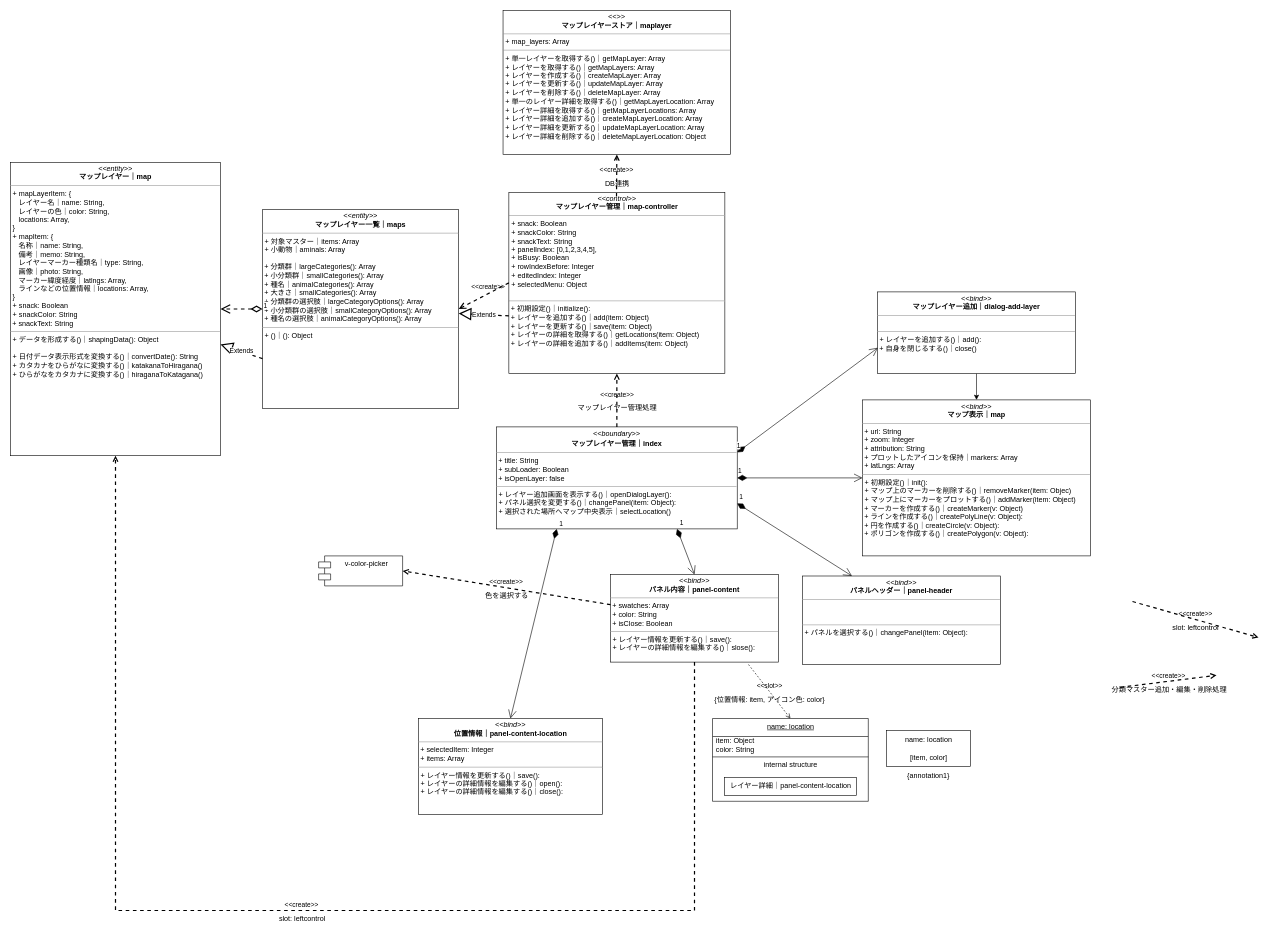
Above: iriomote-anymaps.drawio in kaoru387/draw.io (draw.io), before the change. Source tidied: cells renumbered, new cells numbered last; positions are measured from the earlier drawing's top-left corner, leaving out a move shared by most shapes. Both pictures are drawn from the tidied source at 60%, with x=0, y=0 at pixel (10, 10).
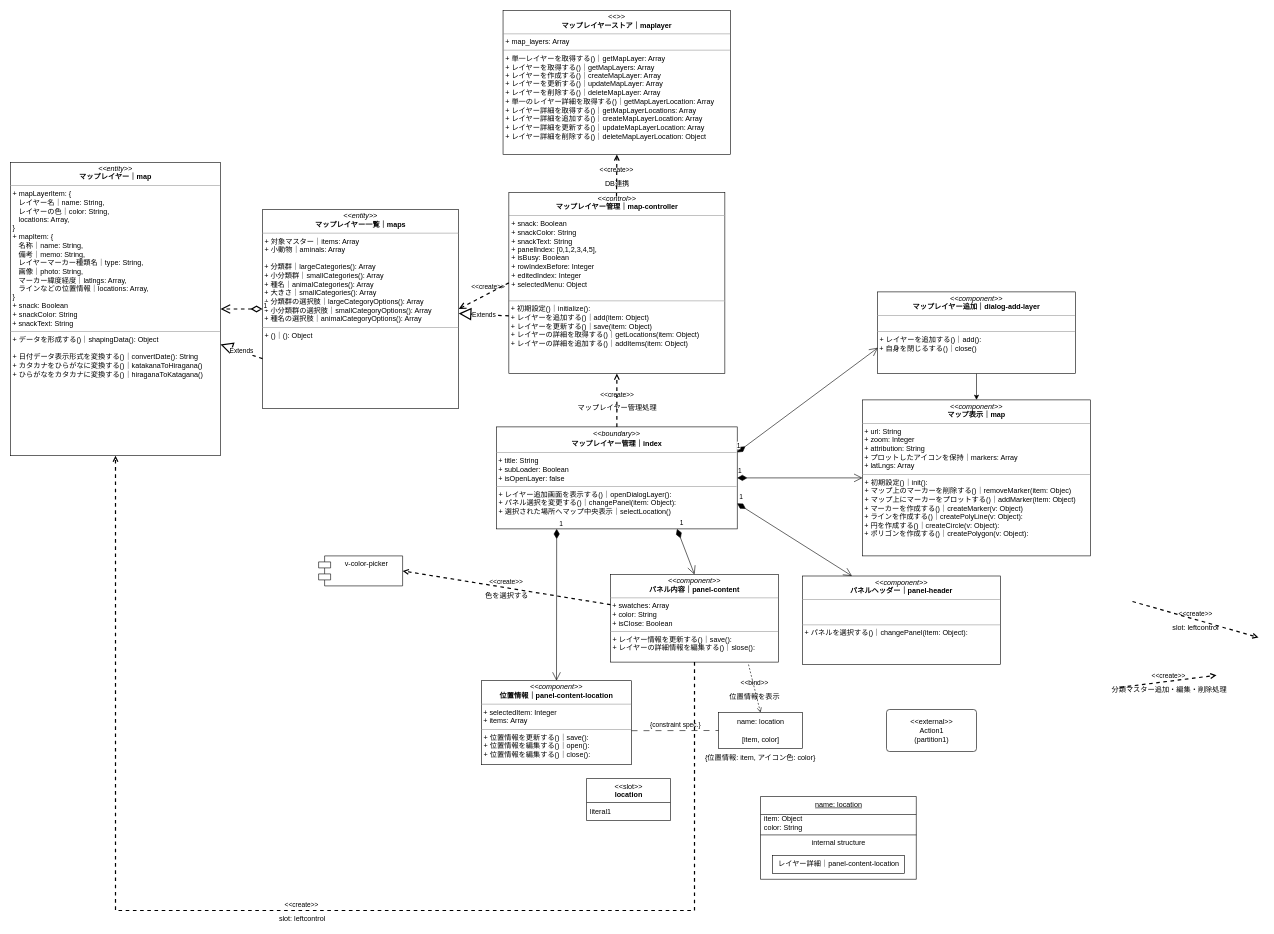
After the change.

Commit message (it also covers changes not shown here):
iriomote-anymaps.drawio を更新します

Change to the diagram source:
```diff
@@
-    <mxCell id="6" value="&lt;p style=&quot;margin:0px;margin-top:4px;text-align:center;&quot;&gt;&lt;i&gt;&amp;lt;&amp;lt;bind&amp;gt;&amp;gt;&lt;/i&gt;&lt;br&gt;&lt;b&gt;マップレイヤー追加｜&lt;/b&gt;&lt;b style=&quot;background-color: initial;&quot;&gt;dialog-add-layer&lt;/b&gt;&lt;/p&gt;&lt;hr size=&quot;1&quot;&gt;&lt;div&gt;&lt;/div&gt;&lt;br&gt;&lt;hr size=&quot;1&quot;&gt;&lt;p style=&quot;margin:0px;margin-left:4px;&quot;&gt;+ レイヤーを追加する()｜add():&amp;nbsp;&lt;/p&gt;&amp;nbsp;+ 自身を閉じるする()｜close()" style="verticalAlign=top;align=left;overflow=fill;fontSize=12;fontFamily=Helvetica;html=1;" parent="1" vertex="1">
+    <mxCell id="6" value="&lt;p style=&quot;margin:0px;margin-top:4px;text-align:center;&quot;&gt;&lt;i&gt;&amp;lt;&amp;lt;&lt;/i&gt;&lt;i&gt;component&lt;/i&gt;&lt;i&gt;&amp;gt;&amp;gt;&lt;/i&gt;&lt;br&gt;&lt;b&gt;マップレイヤー追加｜&lt;/b&gt;&lt;b style=&quot;background-color: initial;&quot;&gt;dialog-add-layer&lt;/b&gt;&lt;/p&gt;&lt;hr size=&quot;1&quot;&gt;&lt;div&gt;&lt;/div&gt;&lt;br&gt;&lt;hr size=&quot;1&quot;&gt;&lt;p style=&quot;margin:0px;margin-left:4px;&quot;&gt;+ レイヤーを追加する()｜add():&amp;nbsp;&lt;/p&gt;&amp;nbsp;+ 自身を閉じるする()｜close()" style="verticalAlign=top;align=left;overflow=fill;fontSize=12;fontFamily=Helvetica;html=1;" parent="1" vertex="1">
       <mxGeometry x="1445" y="469" width="330" height="136" as="geometry" />
     </mxCell>
-    <mxCell id="7" value="&lt;p style=&quot;margin:0px;margin-top:4px;text-align:center;&quot;&gt;&lt;i&gt;&amp;lt;&amp;lt;bind&amp;gt;&amp;gt;&lt;/i&gt;&lt;br&gt;&lt;b&gt;マップ表示｜&lt;/b&gt;&lt;b style=&quot;background-color: initial;&quot;&gt;map&lt;/b&gt;&lt;/p&gt;&lt;hr size=&quot;1&quot;&gt;&lt;div&gt;&lt;span style=&quot;background-color: initial;&quot;&gt;&amp;nbsp;+ url: String&lt;/span&gt;&lt;/div&gt;&lt;div&gt;&amp;nbsp;+ zoom: Integer&lt;/div&gt;&amp;nbsp;+&amp;nbsp;&lt;span style=&quot;background-color: initial;&quot;&gt;attribution: String&lt;/span&gt;&lt;br&gt;&amp;nbsp;+ プロットしたアイコンを保持｜&lt;span style=&quot;background-color: initial;&quot;&gt;markers: Array&lt;/span&gt;&lt;br&gt;&amp;nbsp;+&amp;nbsp;&lt;span style=&quot;background-color: initial;&quot;&gt;latLngs: Array&lt;/span&gt;&lt;br&gt;&lt;hr size=&quot;1&quot;&gt;&lt;p style=&quot;margin:0px;margin-left:4px;&quot;&gt;+ 初期設定()｜init():&amp;nbsp;&lt;/p&gt;&lt;p style=&quot;margin:0px;margin-left:4px;&quot;&gt;+ マップ上のマーカーを削除する()｜removeMarker(item: Objec)&lt;br&gt;&lt;/p&gt;&lt;p style=&quot;margin:0px;margin-left:4px;&quot;&gt;+ マップ上にマーカーをプロットする()｜addMarker(item: Object)&lt;br&gt;&lt;/p&gt;&amp;nbsp;+ マーカーを作成する()｜createMarker(v: Object)&lt;br&gt;&amp;nbsp;+ ラインを作成する()｜createPolyLine(v: Object):&amp;nbsp;&lt;br&gt;&amp;nbsp;+ 円を作成する()｜createCircle(v: Object):&amp;nbsp;&lt;br&gt;&amp;nbsp;+ ポリゴンを作成する()｜createPolygon(v: Object):&amp;nbsp;" style="verticalAlign=top;align=left;overflow=fill;fontSize=12;fontFamily=Helvetica;html=1;" parent="1" vertex="1">
+    <mxCell id="7" value="&lt;p style=&quot;margin:0px;margin-top:4px;text-align:center;&quot;&gt;&lt;i&gt;&amp;lt;&amp;lt;&lt;/i&gt;&lt;i&gt;component&lt;/i&gt;&lt;i&gt;&amp;gt;&amp;gt;&lt;/i&gt;&lt;br&gt;&lt;b&gt;マップ表示｜&lt;/b&gt;&lt;b style=&quot;background-color: initial;&quot;&gt;map&lt;/b&gt;&lt;/p&gt;&lt;hr size=&quot;1&quot;&gt;&lt;div&gt;&lt;span style=&quot;background-color: initial;&quot;&gt;&amp;nbsp;+ url: String&lt;/span&gt;&lt;/div&gt;&lt;div&gt;&amp;nbsp;+ zoom: Integer&lt;/div&gt;&amp;nbsp;+&amp;nbsp;&lt;span style=&quot;background-color: initial;&quot;&gt;attribution: String&lt;/span&gt;&lt;br&gt;&amp;nbsp;+ プロットしたアイコンを保持｜&lt;span style=&quot;background-color: initial;&quot;&gt;markers: Array&lt;/span&gt;&lt;br&gt;&amp;nbsp;+&amp;nbsp;&lt;span style=&quot;background-color: initial;&quot;&gt;latLngs: Array&lt;/span&gt;&lt;br&gt;&lt;hr size=&quot;1&quot;&gt;&lt;p style=&quot;margin:0px;margin-left:4px;&quot;&gt;+ 初期設定()｜init():&amp;nbsp;&lt;/p&gt;&lt;p style=&quot;margin:0px;margin-left:4px;&quot;&gt;+ マップ上のマーカーを削除する()｜removeMarker(item: Objec)&lt;br&gt;&lt;/p&gt;&lt;p style=&quot;margin:0px;margin-left:4px;&quot;&gt;+ マップ上にマーカーをプロットする()｜addMarker(item: Object)&lt;br&gt;&lt;/p&gt;&amp;nbsp;+ マーカーを作成する()｜createMarker(v: Object)&lt;br&gt;&amp;nbsp;+ ラインを作成する()｜createPolyLine(v: Object):&amp;nbsp;&lt;br&gt;&amp;nbsp;+ 円を作成する()｜createCircle(v: Object):&amp;nbsp;&lt;br&gt;&amp;nbsp;+ ポリゴンを作成する()｜createPolygon(v: Object):&amp;nbsp;" style="verticalAlign=top;align=left;overflow=fill;fontSize=12;fontFamily=Helvetica;html=1;" parent="1" vertex="1">
       <mxGeometry x="1420" y="649" width="380" height="260" as="geometry" />
     </mxCell>
@@
-    <mxCell id="11" value="&lt;p style=&quot;margin:0px;margin-top:4px;text-align:center;&quot;&gt;&lt;i&gt;&amp;lt;&amp;lt;bind&amp;gt;&amp;gt;&lt;/i&gt;&lt;br&gt;&lt;b&gt;パネルヘッダー｜&lt;/b&gt;&lt;b style=&quot;background-color: initial;&quot;&gt;panel-header&lt;/b&gt;&lt;/p&gt;&lt;hr size=&quot;1&quot;&gt;&lt;div&gt;&lt;br&gt;&lt;/div&gt;&lt;br&gt;&lt;hr size=&quot;1&quot;&gt;&lt;p style=&quot;margin:0px;margin-left:4px;&quot;&gt;+ パネルを選択する()｜changePanel(item: Object):&amp;nbsp;&lt;/p&gt;" style="verticalAlign=top;align=left;overflow=fill;fontSize=12;fontFamily=Helvetica;html=1;" parent="1" vertex="1">
+    <mxCell id="11" value="&lt;p style=&quot;margin:0px;margin-top:4px;text-align:center;&quot;&gt;&lt;i&gt;&amp;lt;&amp;lt;&lt;/i&gt;&lt;i&gt;component&lt;/i&gt;&lt;i&gt;&amp;gt;&amp;gt;&lt;/i&gt;&lt;br&gt;&lt;b&gt;パネルヘッダー｜&lt;/b&gt;&lt;b style=&quot;background-color: initial;&quot;&gt;panel-header&lt;/b&gt;&lt;/p&gt;&lt;hr size=&quot;1&quot;&gt;&lt;div&gt;&lt;br&gt;&lt;/div&gt;&lt;br&gt;&lt;hr size=&quot;1&quot;&gt;&lt;p style=&quot;margin:0px;margin-left:4px;&quot;&gt;+ パネルを選択する()｜changePanel(item: Object):&amp;nbsp;&lt;/p&gt;" style="verticalAlign=top;align=left;overflow=fill;fontSize=12;fontFamily=Helvetica;html=1;" parent="1" vertex="1">
       <mxGeometry x="1320" y="942.5" width="330" height="147.5" as="geometry" />
     </mxCell>
@@
-    <mxCell id="18" value="&lt;p style=&quot;margin:0px;margin-top:4px;text-align:center;&quot;&gt;&lt;i&gt;&amp;lt;&amp;lt;bind&amp;gt;&amp;gt;&lt;/i&gt;&lt;br&gt;&lt;b&gt;パネル内容｜&lt;/b&gt;&lt;b style=&quot;background-color: initial;&quot;&gt;panel-content&lt;/b&gt;&lt;/p&gt;&lt;hr size=&quot;1&quot;&gt;&lt;div&gt;&lt;span style=&quot;background-color: initial;&quot;&gt;&amp;nbsp;+ swatches: Array&lt;/span&gt;&lt;/div&gt;&amp;nbsp;+ color: String&lt;br&gt;&amp;nbsp;+&amp;nbsp;isClose: Boolean&lt;br&gt;&lt;hr size=&quot;1&quot;&gt;&lt;p style=&quot;margin:0px;margin-left:4px;&quot;&gt;&lt;span style=&quot;background-color: initial;&quot;&gt;+ レイヤー情報を更新する()｜save():&amp;nbsp;&lt;/span&gt;&lt;br&gt;&lt;/p&gt;&lt;p style=&quot;margin:0px;margin-left:4px;&quot;&gt;+ レイヤーの詳細情報を編集する()｜slose():&amp;nbsp;&lt;span style=&quot;background-color: initial;&quot;&gt;&lt;br&gt;&lt;/span&gt;&lt;/p&gt;" style="verticalAlign=top;align=left;overflow=fill;fontSize=12;fontFamily=Helvetica;html=1;" parent="1" vertex="1">
+    <mxCell id="18" value="&lt;p style=&quot;margin:0px;margin-top:4px;text-align:center;&quot;&gt;&lt;i&gt;&amp;lt;&amp;lt;component&amp;gt;&amp;gt;&lt;/i&gt;&lt;br&gt;&lt;b&gt;パネル内容｜&lt;/b&gt;&lt;b style=&quot;background-color: initial;&quot;&gt;panel-content&lt;/b&gt;&lt;/p&gt;&lt;hr size=&quot;1&quot;&gt;&lt;div&gt;&lt;span style=&quot;background-color: initial;&quot;&gt;&amp;nbsp;+ swatches: Array&lt;/span&gt;&lt;/div&gt;&amp;nbsp;+ color: String&lt;br&gt;&amp;nbsp;+&amp;nbsp;isClose: Boolean&lt;br&gt;&lt;hr size=&quot;1&quot;&gt;&lt;p style=&quot;margin:0px;margin-left:4px;&quot;&gt;&lt;span style=&quot;background-color: initial;&quot;&gt;+ レイヤー情報を更新する()｜save():&amp;nbsp;&lt;/span&gt;&lt;br&gt;&lt;/p&gt;&lt;p style=&quot;margin:0px;margin-left:4px;&quot;&gt;+ レイヤーの詳細情報を編集する()｜slose():&amp;nbsp;&lt;span style=&quot;background-color: initial;&quot;&gt;&lt;br&gt;&lt;/span&gt;&lt;/p&gt;" style="verticalAlign=top;align=left;overflow=fill;fontSize=12;fontFamily=Helvetica;html=1;" parent="1" vertex="1">
       <mxGeometry x="1000" y="940" width="280" height="146" as="geometry" />
     </mxCell>
@@
-    <mxCell id="29" value="&lt;p style=&quot;margin:0px;margin-top:4px;text-align:center;&quot;&gt;&lt;i&gt;&amp;lt;&amp;lt;bind&amp;gt;&amp;gt;&lt;/i&gt;&lt;br&gt;&lt;b&gt;位置情報｜&lt;/b&gt;&lt;b style=&quot;background-color: initial;&quot;&gt;panel-content-location&lt;/b&gt;&lt;/p&gt;&lt;hr size=&quot;1&quot;&gt;&lt;div&gt;&lt;span style=&quot;background-color: initial;&quot;&gt;&amp;nbsp;+ selectedItem: Integer&lt;/span&gt;&lt;/div&gt;&lt;div&gt;&lt;/div&gt;&amp;nbsp;+ items: Array&lt;br&gt;&lt;hr size=&quot;1&quot;&gt;&lt;p style=&quot;margin:0px;margin-left:4px;&quot;&gt;&lt;span style=&quot;background-color: initial;&quot;&gt;+ レイヤー情報を更新する()｜save():&amp;nbsp;&lt;/span&gt;&lt;br&gt;&lt;/p&gt;&lt;p style=&quot;margin:0px;margin-left:4px;&quot;&gt;+ レイヤーの詳細情報を編集する()｜open():&amp;nbsp;&lt;span style=&quot;background-color: initial;&quot;&gt;&lt;br&gt;&lt;/span&gt;&lt;/p&gt;&lt;p style=&quot;margin:0px;margin-left:4px;&quot;&gt;+ レイヤーの詳細情報を編集する()｜close():&amp;nbsp;&lt;br&gt;&lt;/p&gt;" style="verticalAlign=top;align=left;overflow=fill;fontSize=12;fontFamily=Helvetica;html=1;" parent="1" vertex="1">
-      <mxGeometry x="680" y="1180" width="306.5" height="160" as="geometry" />
+    <mxCell id="29" value="&lt;p style=&quot;margin:0px;margin-top:4px;text-align:center;&quot;&gt;&lt;i&gt;&amp;lt;&amp;lt;&lt;/i&gt;&lt;i&gt;component&lt;/i&gt;&lt;i&gt;&amp;gt;&amp;gt;&lt;/i&gt;&lt;br&gt;&lt;b&gt;位置情報｜&lt;/b&gt;&lt;b style=&quot;background-color: initial;&quot;&gt;panel-content-location&lt;/b&gt;&lt;/p&gt;&lt;hr size=&quot;1&quot;&gt;&lt;div&gt;&lt;span style=&quot;background-color: initial;&quot;&gt;&amp;nbsp;+ selectedItem: Integer&lt;/span&gt;&lt;/div&gt;&lt;div&gt;&lt;/div&gt;&amp;nbsp;+ items: Array&lt;br&gt;&lt;hr size=&quot;1&quot;&gt;&lt;p style=&quot;margin:0px;margin-left:4px;&quot;&gt;&lt;span style=&quot;background-color: initial;&quot;&gt;+&amp;nbsp;&lt;/span&gt;位置&lt;span style=&quot;background-color: initial;&quot;&gt;情報を更新する()｜save():&amp;nbsp;&lt;/span&gt;&lt;br&gt;&lt;/p&gt;&lt;p style=&quot;margin:0px;margin-left:4px;&quot;&gt;+ 位置情報を編集する()｜open():&amp;nbsp;&lt;span style=&quot;background-color: initial;&quot;&gt;&lt;br&gt;&lt;/span&gt;&lt;/p&gt;&lt;p style=&quot;margin:0px;margin-left:4px;&quot;&gt;+ 位置情報を編集する()｜close():&amp;nbsp;&lt;br&gt;&lt;/p&gt;" style="verticalAlign=top;align=left;overflow=fill;fontSize=12;fontFamily=Helvetica;html=1;" parent="1" vertex="1">
+      <mxGeometry x="785" y="1117" width="250" height="140" as="geometry" />
     </mxCell>
     <mxCell id="30" value="name: location" style="swimlane;fontStyle=4;align=center;verticalAlign=top;horizontal=1;startSize=30;html=1;" parent="1" vertex="1">
-      <mxGeometry x="1170" y="1180" width="259.7" height="138" as="geometry" />
+      <mxGeometry x="1250" y="1310" width="259.7" height="138" as="geometry" />
     </mxCell>
@@
-    <mxCell id="40" value="&amp;lt;&amp;lt;slot&amp;gt;&amp;gt;" style="endArrow=open;html=1;rounded=0;align=center;verticalAlign=bottom;dashed=1;endFill=0;labelBackgroundColor=none;entryX=0.5;entryY=0;entryDx=0;entryDy=0;" parent="1" edge="1" target="30">
+    <mxCell id="40" value="&amp;lt;&amp;lt;bind&amp;gt;&amp;gt;" style="endArrow=open;html=1;rounded=0;align=center;verticalAlign=bottom;dashed=1;endFill=0;labelBackgroundColor=none;entryX=0.5;entryY=0;entryDx=0;entryDy=0;" parent="1" edge="1" target="43">
       <mxGeometry relative="1" as="geometry">
         <mxPoint x="1230" y="1090" as="sourcePoint" />
       </mxGeometry>
     </mxCell>
-    <mxCell id="41" value="{位置情報: item, アイコン色: color}" style="html=1;align=center;verticalAlign=top;labelBackgroundColor=none;" parent="40" vertex="1">
+    <mxCell id="41" value="位置情報を表示" style="html=1;align=center;verticalAlign=top;labelBackgroundColor=none;" parent="40" vertex="1">
       <mxGeometry relative="1" as="geometry" />
     </mxCell>
@@
     <mxCell id="43" value="name: location&lt;br&gt;&lt;br&gt;[item, color]" style="html=1;align=center;verticalAlign=middle;rounded=0;absoluteArcSize=1;arcSize=10;dashed=0;" parent="1" vertex="1">
-      <mxGeometry x="1460" y="1200" width="140" height="60" as="geometry" />
+      <mxGeometry x="1180" y="1170" width="140" height="60" as="geometry" />
     </mxCell>
-    <mxCell id="44" value="{annotation1}" style="text;verticalAlign=middle;align=center;" parent="43" vertex="1">
+    <mxCell id="44" value="{位置情報: item, アイコン色: color}" style="text;verticalAlign=middle;align=center;" parent="43" vertex="1">
       <mxGeometry y="60" width="140" height="30" as="geometry" />
     </mxCell>
+    <mxCell id="45" value="{constraint spec.}" style="endArrow=none;startArrow=none;endFill=0;startFill=0;endSize=8;html=1;verticalAlign=bottom;dashed=1;labelBackgroundColor=none;dashPattern=10 10;rounded=0;exitX=1;exitY=0.595;exitDx=0;exitDy=0;exitPerimeter=0;entryX=0;entryY=0.5;entryDx=0;entryDy=0;" parent="1" edge="1" source="29" target="43">
+      <mxGeometry relative="1" as="geometry" />
+    </mxCell>
+    <mxCell id="46" value="&amp;lt;&amp;lt;external&amp;gt;&amp;gt;&lt;br&gt;Action1&lt;br&gt;(partition1)" style="html=1;align=center;verticalAlign=middle;rounded=1;absoluteArcSize=1;arcSize=10;dashed=0;" parent="1" vertex="1">
+      <mxGeometry x="1460" y="1165" width="150" height="70" as="geometry" />
+    </mxCell>
+    <mxCell id="47" value="&amp;lt;&amp;lt;slot&amp;gt;&amp;gt;&lt;br&gt;&lt;b&gt;location&lt;/b&gt;" style="swimlane;fontStyle=0;align=center;verticalAlign=top;horizontal=1;startSize=40;html=1;" parent="1" vertex="1">
+      <mxGeometry x="960" y="1280" width="140" height="70" as="geometry" />
+    </mxCell>
+    <mxCell id="48" value="literal1" style="text;html=1;strokeColor=none;fillColor=none;align=left;verticalAlign=middle;spacingLeft=4;spacingRight=4;overflow=hidden;" parent="47" vertex="1">
+      <mxGeometry y="40" width="140" height="30" as="geometry" />
+    </mxCell>
```
